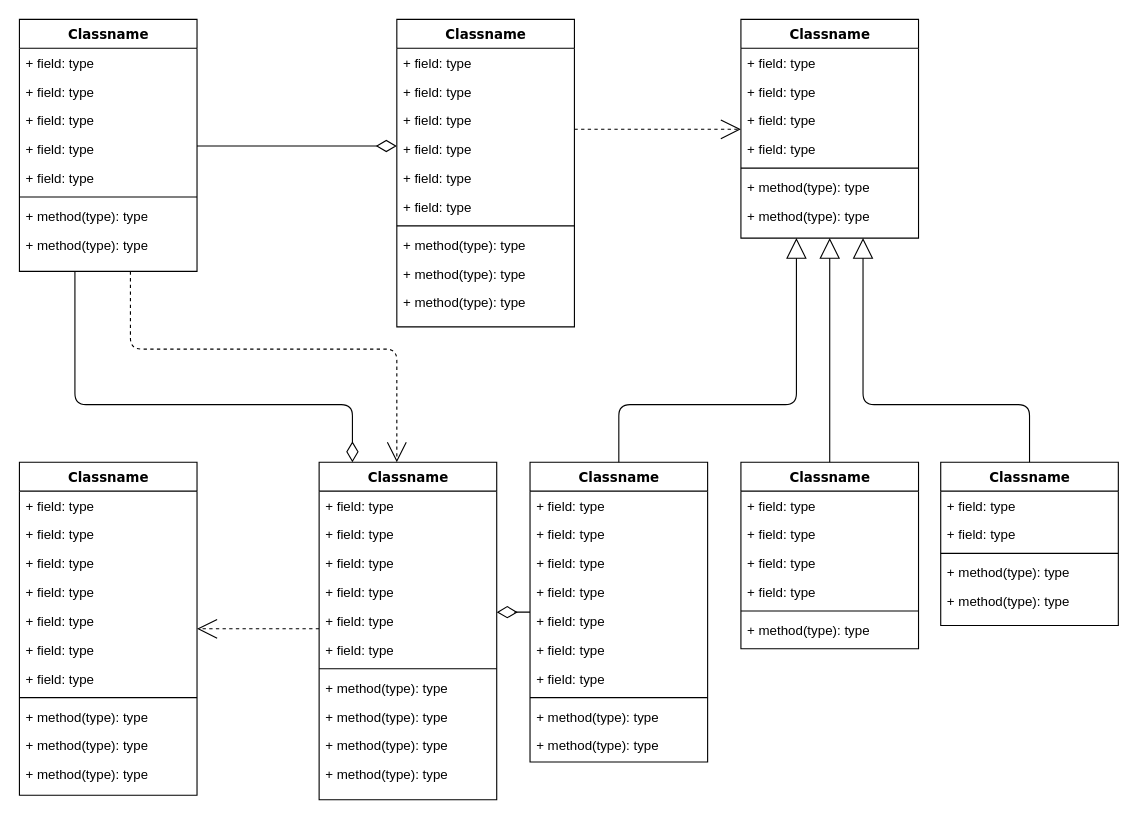
Above: Diagrama sem nome.drawio in Ninguem2k/Blioteca-de-Filmes (draw.io), before the change. Source tidied: cells renumbered, new cells numbered last; positions are measured from the earlier drawing's top-left corner, leaving out a move shared by most shapes. Both pictures are drawn from the tidied source at 111%, with x=0, y=0 at pixel (19, 19).
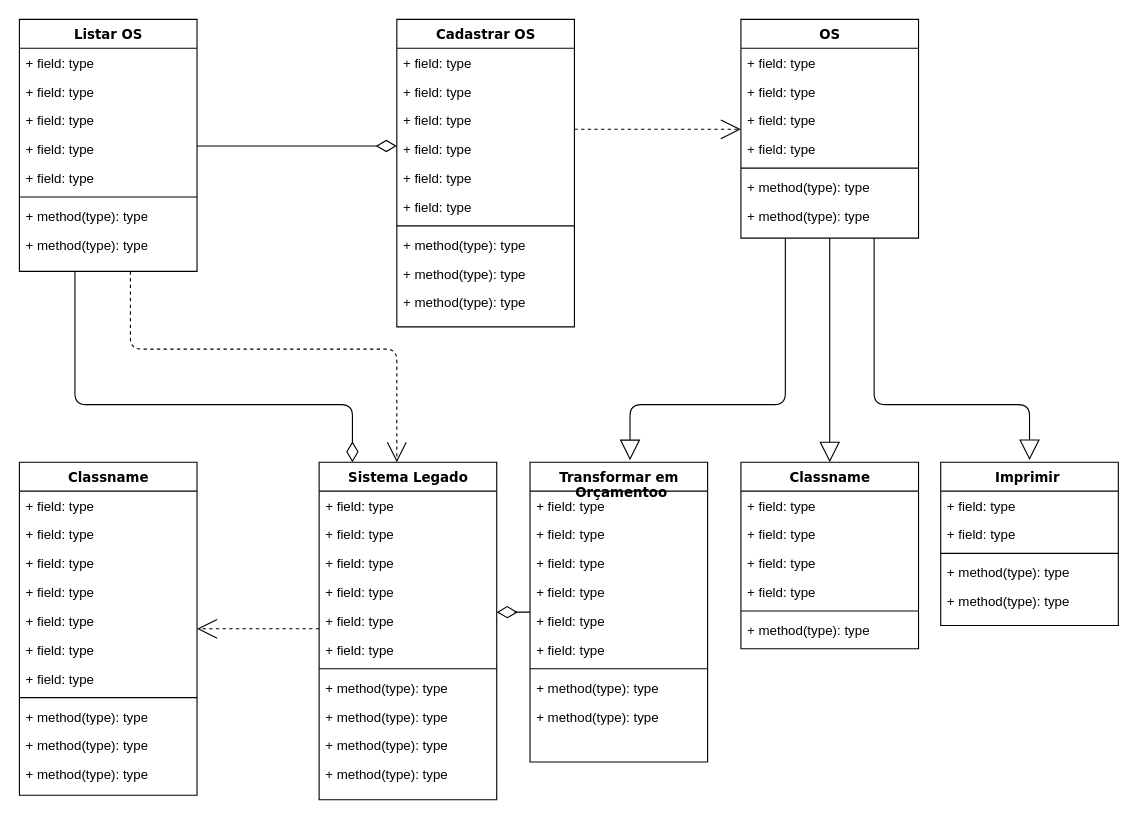
The same page after the edit.

The change refers to these unchanged cells:
```xml
<mxCell id="72" value="Classname" style="swimlane;html=1;fontStyle=1;align=center;verticalAlign=top;horizontal=1;startSize=26;swimlaneFillColor=#ffffff;rounded=0;shadow=0;comic=0;labelBackgroundColor=none;strokeWidth=1;fillColor=none;fontFamily=Verdana;fontSize=12;" parent="1" vertex="1">
  <mxGeometry x="650" y="399" width="160" height="168" as="geometry" />
</mxCell>
```

Diff of the diagram source:
```diff
@@
-    <mxCell id="4" value="Classname" style="swimlane;html=1;fontStyle=1;align=center;verticalAlign=top;horizontal=1;startSize=26;swimlaneFillColor=#ffffff;rounded=0;shadow=0;comic=0;labelBackgroundColor=none;strokeWidth=1;fillColor=none;fontFamily=Verdana;fontSize=12;" parent="1" vertex="1">
+    <mxCell id="4" value="Listar OS" style="swimlane;html=1;fontStyle=1;align=center;verticalAlign=top;horizontal=1;startSize=26;swimlaneFillColor=#ffffff;rounded=0;shadow=0;comic=0;labelBackgroundColor=none;strokeWidth=1;fillColor=none;fontFamily=Verdana;fontSize=12;" parent="1" vertex="1">
       <mxGeometry width="160" height="227" as="geometry" />
     </mxCell>
@@
-    <mxCell id="14" value="Classname" style="swimlane;html=1;fontStyle=1;align=center;verticalAlign=top;horizontal=1;startSize=26;swimlaneFillColor=#ffffff;rounded=0;shadow=0;comic=0;labelBackgroundColor=none;strokeWidth=1;fillColor=none;fontFamily=Verdana;fontSize=12;" parent="1" vertex="1">
+    <mxCell id="14" value="Cadastrar OS" style="swimlane;html=1;fontStyle=1;align=center;verticalAlign=top;horizontal=1;startSize=26;swimlaneFillColor=#ffffff;rounded=0;shadow=0;comic=0;labelBackgroundColor=none;strokeWidth=1;fillColor=none;fontFamily=Verdana;fontSize=12;" parent="1" vertex="1">
       <mxGeometry x="340" width="160" height="277" as="geometry" />
     </mxCell>
@@
-    <mxCell id="25" value="Classname" style="swimlane;html=1;fontStyle=1;align=center;verticalAlign=top;horizontal=1;startSize=26;swimlaneFillColor=#ffffff;rounded=0;shadow=0;comic=0;labelBackgroundColor=none;strokeWidth=1;fillColor=none;fontFamily=Verdana;fontSize=12;" parent="1" vertex="1">
+    <mxCell id="25" value="OS" style="swimlane;html=1;fontStyle=1;align=center;verticalAlign=top;horizontal=1;startSize=26;swimlaneFillColor=#ffffff;rounded=0;shadow=0;comic=0;labelBackgroundColor=none;strokeWidth=1;fillColor=none;fontFamily=Verdana;fontSize=12;" parent="1" vertex="1">
       <mxGeometry x="650" width="160" height="197" as="geometry" />
     </mxCell>
@@
-    <mxCell id="47" value="Classname" style="swimlane;html=1;fontStyle=1;align=center;verticalAlign=top;horizontal=1;startSize=26;swimlaneFillColor=#ffffff;rounded=0;shadow=0;comic=0;labelBackgroundColor=none;strokeWidth=1;fillColor=none;fontFamily=Verdana;fontSize=12;" parent="1" vertex="1">
+    <mxCell id="47" value="Sistema Legado" style="swimlane;html=1;fontStyle=1;align=center;verticalAlign=top;horizontal=1;startSize=26;swimlaneFillColor=#ffffff;rounded=0;shadow=0;comic=0;labelBackgroundColor=none;strokeWidth=1;fillColor=none;fontFamily=Verdana;fontSize=12;" parent="1" vertex="1">
       <mxGeometry x="270" y="399" width="160" height="304" as="geometry" />
     </mxCell>
@@
-    <mxCell id="59" style="edgeStyle=orthogonalEdgeStyle;html=1;labelBackgroundColor=none;startFill=0;startSize=8;endArrow=block;endFill=0;endSize=16;fontFamily=Verdana;fontSize=12;" parent="1" edge="1" source="60" target="25">
+    <mxCell id="59" style="edgeStyle=orthogonalEdgeStyle;html=1;labelBackgroundColor=none;startFill=0;startSize=8;endArrow=block;endFill=0;endSize=16;fontFamily=Verdana;fontSize=12;entryX=0.563;entryY=-0.007;entryDx=0;entryDy=0;entryPerimeter=0;exitX=0.25;exitY=1;exitDx=0;exitDy=0;" parent="1" edge="1" source="25" target="60">
       <mxGeometry relative="1" as="geometry">
         <Array as="points">
-          <mxPoint x="540" y="347" />
-          <mxPoint x="700" y="347" />
+          <mxPoint x="690" y="347" />
+          <mxPoint x="550" y="347" />
         </Array>
       </mxGeometry>
     </mxCell>
-    <mxCell id="60" value="Classname" style="swimlane;html=1;fontStyle=1;align=center;verticalAlign=top;horizontal=1;startSize=26;swimlaneFillColor=#ffffff;rounded=0;shadow=0;comic=0;labelBackgroundColor=none;strokeWidth=1;fillColor=none;fontFamily=Verdana;fontSize=12;" parent="1" vertex="1">
+    <mxCell id="60" value="Transformar em&lt;br&gt;&amp;nbsp;Orçamentoo" style="swimlane;html=1;fontStyle=1;align=center;verticalAlign=top;horizontal=1;startSize=26;swimlaneFillColor=#ffffff;rounded=0;shadow=0;comic=0;labelBackgroundColor=none;strokeWidth=1;fillColor=none;fontFamily=Verdana;fontSize=12;" parent="1" vertex="1">
       <mxGeometry x="460" y="399" width="160" height="270" as="geometry" />
     </mxCell>
-    <mxCell id="61" value="+ field: type" style="text;html=1;strokeColor=none;fillColor=none;align=left;verticalAlign=top;spacingLeft=4;spacingRight=4;whiteSpace=wrap;overflow=hidden;" parent="60" vertex="1">
-      <mxGeometry y="26" width="160" height="26" as="geometry" />
-    </mxCell>
     <mxCell id="62" value="+ field: type" style="text;html=1;strokeColor=none;fillColor=none;align=left;verticalAlign=top;spacingLeft=4;spacingRight=4;whiteSpace=wrap;overflow=hidden;" parent="60" vertex="1">
-      <mxGeometry y="52" width="160" height="26" as="geometry" />
+      <mxGeometry y="26" width="160" height="26" as="geometry" />
     </mxCell>
     <mxCell id="63" value="+ field: type" style="text;html=1;strokeColor=none;fillColor=none;align=left;verticalAlign=top;spacingLeft=4;spacingRight=4;whiteSpace=wrap;overflow=hidden;" parent="60" vertex="1">
-      <mxGeometry y="78" width="160" height="26" as="geometry" />
+      <mxGeometry y="52" width="160" height="26" as="geometry" />
     </mxCell>
     <mxCell id="64" value="+ field: type" style="text;html=1;strokeColor=none;fillColor=none;align=left;verticalAlign=top;spacingLeft=4;spacingRight=4;whiteSpace=wrap;overflow=hidden;" parent="60" vertex="1">
-      <mxGeometry y="104" width="160" height="26" as="geometry" />
+      <mxGeometry y="78" width="160" height="26" as="geometry" />
     </mxCell>
     <mxCell id="65" value="+ field: type" style="text;html=1;strokeColor=none;fillColor=none;align=left;verticalAlign=top;spacingLeft=4;spacingRight=4;whiteSpace=wrap;overflow=hidden;" parent="60" vertex="1">
-      <mxGeometry y="130" width="160" height="26" as="geometry" />
+      <mxGeometry y="104" width="160" height="26" as="geometry" />
     </mxCell>
     <mxCell id="66" value="+ field: type" style="text;html=1;strokeColor=none;fillColor=none;align=left;verticalAlign=top;spacingLeft=4;spacingRight=4;whiteSpace=wrap;overflow=hidden;" parent="60" vertex="1">
-      <mxGeometry y="156" width="160" height="26" as="geometry" />
+      <mxGeometry y="130" width="160" height="26" as="geometry" />
     </mxCell>
     <mxCell id="67" value="+ field: type" style="text;html=1;strokeColor=none;fillColor=none;align=left;verticalAlign=top;spacingLeft=4;spacingRight=4;whiteSpace=wrap;overflow=hidden;" parent="60" vertex="1">
-      <mxGeometry y="182" width="160" height="26" as="geometry" />
+      <mxGeometry y="156" width="160" height="26" as="geometry" />
     </mxCell>
     <mxCell id="68" style="line;html=1;strokeWidth=1;fillColor=none;align=left;verticalAlign=middle;spacingTop=-1;spacingLeft=3;spacingRight=3;labelPosition=right;" parent="60" vertex="1">
-      <mxGeometry y="208" width="160" height="8" as="geometry" />
+      <mxGeometry y="182" width="160" height="8" as="geometry" />
     </mxCell>
     <mxCell id="69" value="+ method(type): type" style="text;html=1;strokeColor=none;fillColor=none;align=left;verticalAlign=top;spacingLeft=4;spacingRight=4;whiteSpace=wrap;overflow=hidden;" parent="60" vertex="1">
-      <mxGeometry y="216" width="160" height="26" as="geometry" />
+      <mxGeometry y="190" width="160" height="26" as="geometry" />
     </mxCell>
     <mxCell id="70" value="+ method(type): type" style="text;html=1;strokeColor=none;fillColor=none;align=left;verticalAlign=top;spacingLeft=4;spacingRight=4;whiteSpace=wrap;overflow=hidden;" parent="60" vertex="1">
-      <mxGeometry y="242" width="160" height="26" as="geometry" />
+      <mxGeometry y="216" width="160" height="26" as="geometry" />
     </mxCell>
-    <mxCell id="71" style="edgeStyle=orthogonalEdgeStyle;html=1;labelBackgroundColor=none;startFill=0;startSize=8;endArrow=block;endFill=0;endSize=16;fontFamily=Verdana;fontSize=12;" parent="1" edge="1" source="72" target="25">
+    <mxCell id="71" style="edgeStyle=orthogonalEdgeStyle;html=1;labelBackgroundColor=none;startFill=0;startSize=8;endArrow=block;endFill=0;endSize=16;fontFamily=Verdana;fontSize=12;entryX=0.5;entryY=0;entryDx=0;entryDy=0;exitX=0.5;exitY=1;exitDx=0;exitDy=0;" parent="1" edge="1" source="25" target="72">
       <mxGeometry relative="1" as="geometry" />
     </mxCell>
@@
-    <mxCell id="79" style="edgeStyle=orthogonalEdgeStyle;html=1;labelBackgroundColor=none;startFill=0;startSize=8;endArrow=block;endFill=0;endSize=16;fontFamily=Verdana;fontSize=12;" parent="1" edge="1" source="80" target="25">
+    <mxCell id="79" style="edgeStyle=orthogonalEdgeStyle;html=1;labelBackgroundColor=none;startFill=0;startSize=8;endArrow=block;endFill=0;endSize=16;fontFamily=Verdana;fontSize=12;exitX=0.75;exitY=1;exitDx=0;exitDy=0;" parent="1" edge="1" source="25">
       <mxGeometry relative="1" as="geometry">
+        <mxPoint x="910" y="397" as="targetPoint" />
         <Array as="points">
+          <mxPoint x="770" y="347" />
           <mxPoint x="910" y="347" />
-          <mxPoint x="760" y="347" />
         </Array>
       </mxGeometry>
     </mxCell>
-    <mxCell id="80" value="Classname" style="swimlane;html=1;fontStyle=1;align=center;verticalAlign=top;horizontal=1;startSize=26;swimlaneFillColor=#ffffff;rounded=0;shadow=0;comic=0;labelBackgroundColor=none;strokeWidth=1;fillColor=none;fontFamily=Verdana;fontSize=12;" parent="1" vertex="1">
+    <mxCell id="80" value="Imprimir&amp;nbsp;" style="swimlane;html=1;fontStyle=1;align=center;verticalAlign=top;horizontal=1;startSize=26;swimlaneFillColor=#ffffff;rounded=0;shadow=0;comic=0;labelBackgroundColor=none;strokeWidth=1;fillColor=none;fontFamily=Verdana;fontSize=12;" parent="1" vertex="1">
       <mxGeometry x="830" y="399" width="160" height="147" as="geometry" />
     </mxCell>
```
